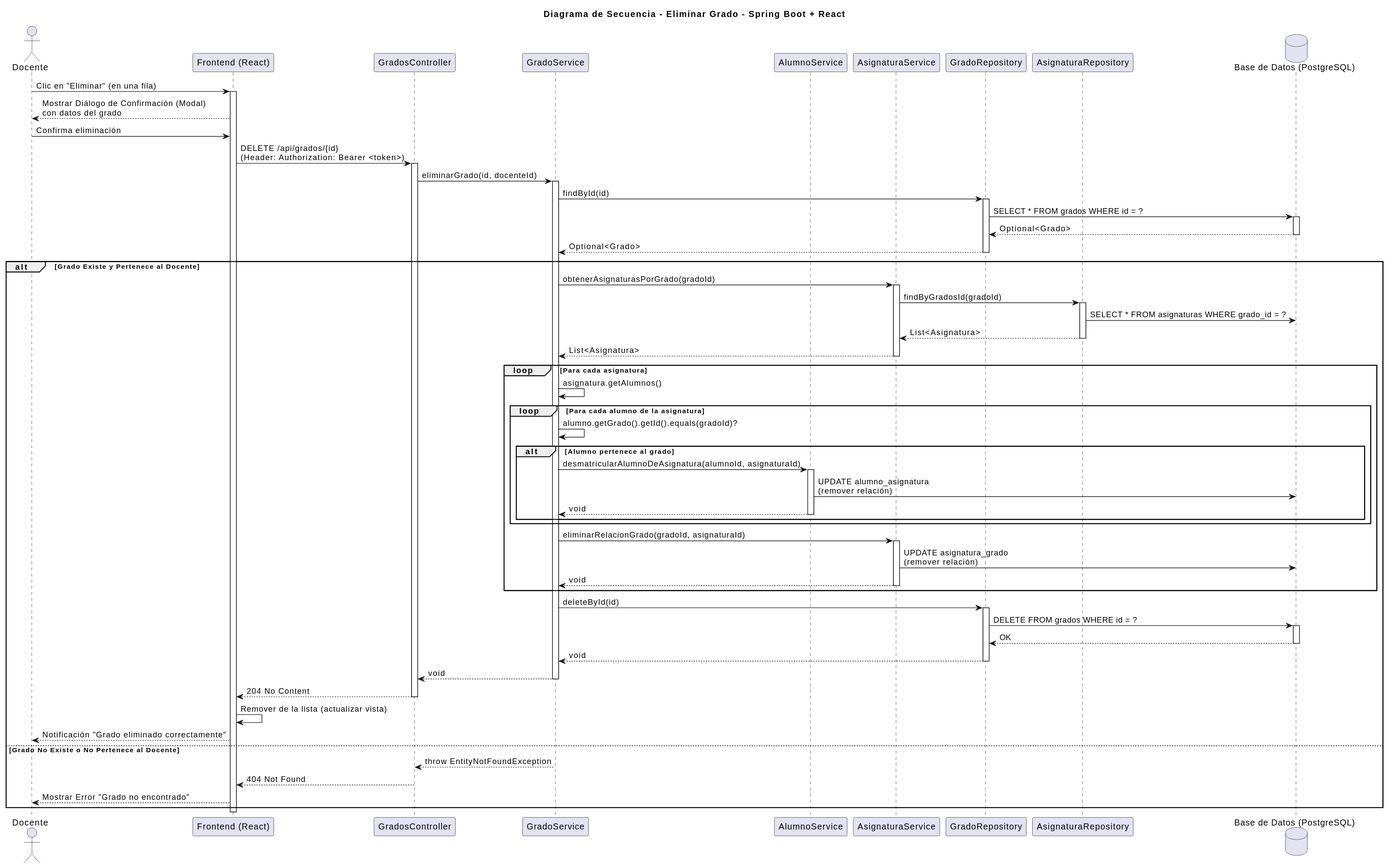
martinlopez7/25-26-idsw2-sdVC keeps this PlantUML diagram as images/diseño/eliminarGrado/secuencia.svg. Above is the earlier version.
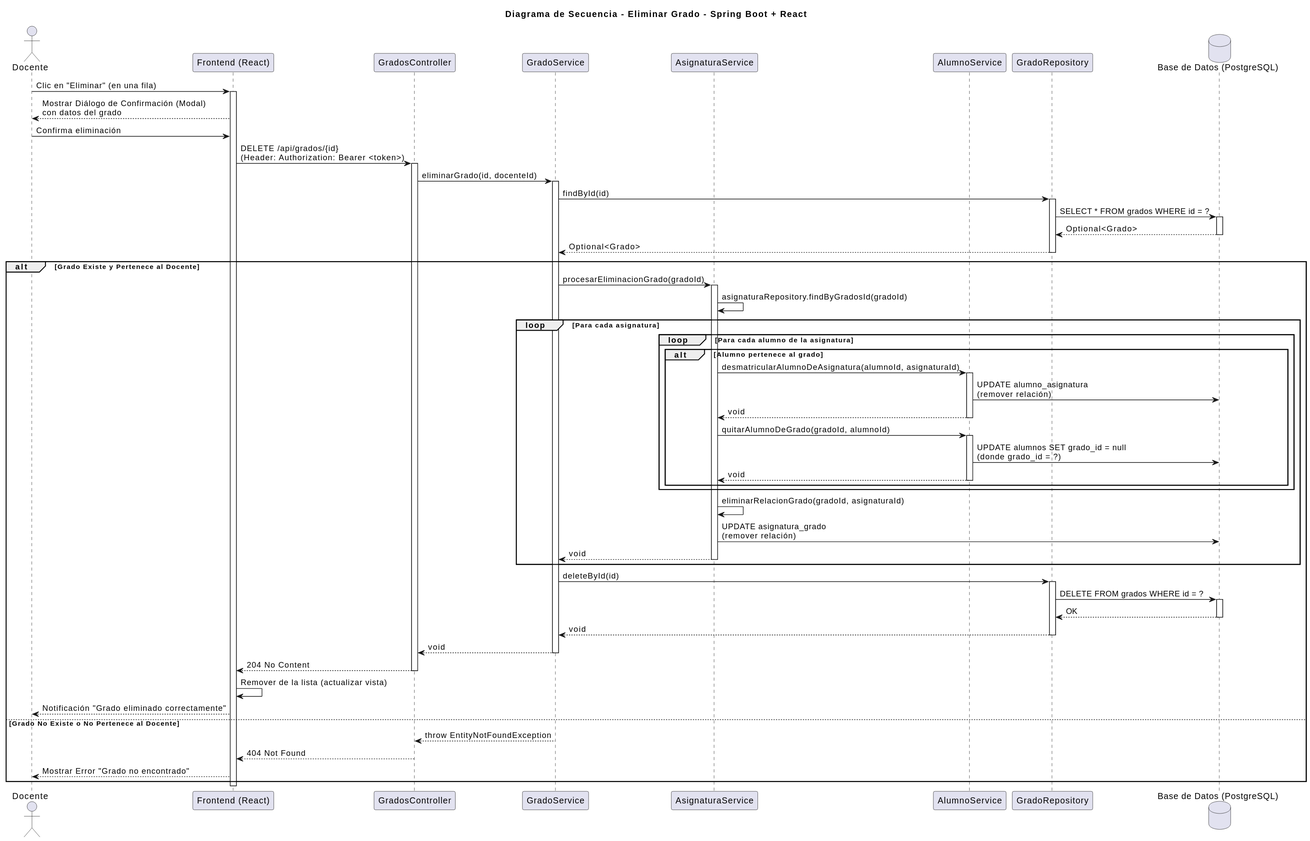
The same diagram one commit later.

Diff of the diagram source:
```diff
@@ -5,10 +5,9 @@
 participant "Frontend (React)" as FE
 participant "GradosController" as Controller
 participant "GradoService" as Service
+participant "AsignaturaService" as AsignaturaService
 participant "AlumnoService" as AlumnoService
-participant "AsignaturaService" as AsignaturaService
 participant "GradoRepository" as Repo
-participant "AsignaturaRepository" as AsignaturaRepo
 database "Base de Datos (PostgreSQL)" as DB
 
 Teacher -> FE: Clic en "Eliminar" (en una fila)
@@ -28,29 +27,25 @@
 Repo --> Service: Optional<Grado>
 deactivate Repo
 alt Grado Existe y Pertenece al Docente
-    Service -> AsignaturaService: obtenerAsignaturasPorGrado(gradoId)
+    Service -> AsignaturaService: procesarEliminacionGrado(gradoId)
     activate AsignaturaService
-    AsignaturaService -> AsignaturaRepo: findByGradosId(gradoId)
-    activate AsignaturaRepo
-    AsignaturaRepo -> DB: SELECT * FROM asignaturas WHERE grado_id = ?
-    AsignaturaRepo --> AsignaturaService: List<Asignatura>
-    deactivate AsignaturaRepo
-    AsignaturaService --> Service: List<Asignatura>
-    deactivate AsignaturaService
+    AsignaturaService -> AsignaturaService: asignaturaRepository.findByGradosId(gradoId)
     loop Para cada asignatura
-        Service -> Service: asignatura.getAlumnos()
         loop Para cada alumno de la asignatura
-            Service -> Service: alumno.getGrado().getId().equals(gradoId)?
             alt Alumno pertenece al grado
-                Service -> AlumnoService: desmatricularAlumnoDeAsignatura(alumnoId, asignaturaId)
+                AsignaturaService -> AlumnoService: desmatricularAlumnoDeAsignatura(alumnoId, asignaturaId)
                 activate AlumnoService
                 AlumnoService -> DB: UPDATE alumno_asignatura\n(remover relación)
-                AlumnoService --> Service: void
+                AlumnoService --> AsignaturaService: void
+                deactivate AlumnoService
+                AsignaturaService -> AlumnoService: quitarAlumnoDeGrado(gradoId, alumnoId)
+                activate AlumnoService
+                AlumnoService -> DB: UPDATE alumnos SET grado_id = null\n(donde grado_id = ?)
+                AlumnoService --> AsignaturaService: void
                 deactivate AlumnoService
             end
         end
-        Service -> AsignaturaService: eliminarRelacionGrado(gradoId, asignaturaId)
-        activate AsignaturaService
+        AsignaturaService -> AsignaturaService: eliminarRelacionGrado(gradoId, asignaturaId)
         AsignaturaService -> DB: UPDATE asignatura_grado\n(remover relación)
         AsignaturaService --> Service: void
         deactivate AsignaturaService
```
